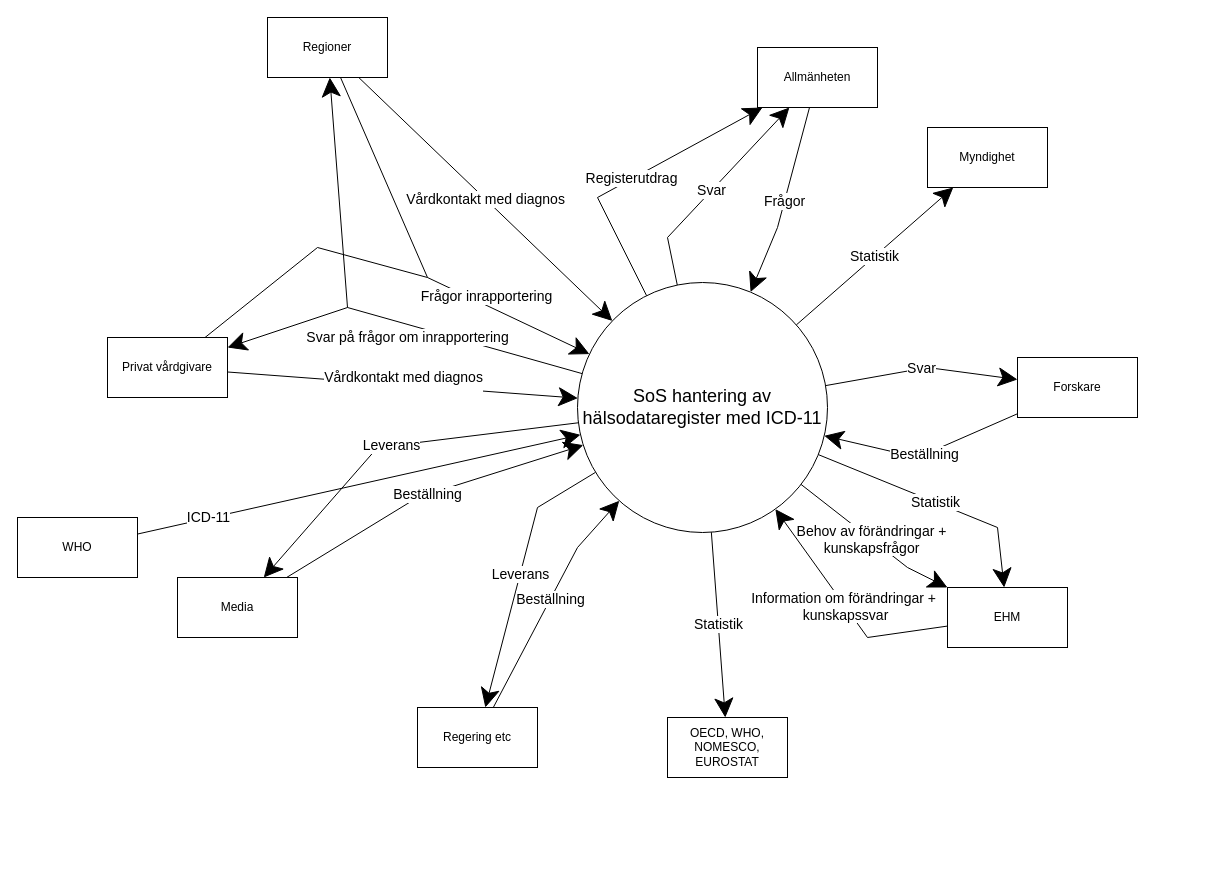
This is page "Kontext" (10 of 12) of Klassmodell ICD11.drawio from bhagqvist-consid/ICD11, a draw.io file, before an edit. Source tidied: cells renumbered, new cells numbered last; positions are measured from the earlier drawing's top-left corner, leaving out a move shared by most shapes. Both pictures are drawn from the tidied source at 100%, with x=0, y=0 at pixel (17, 17).
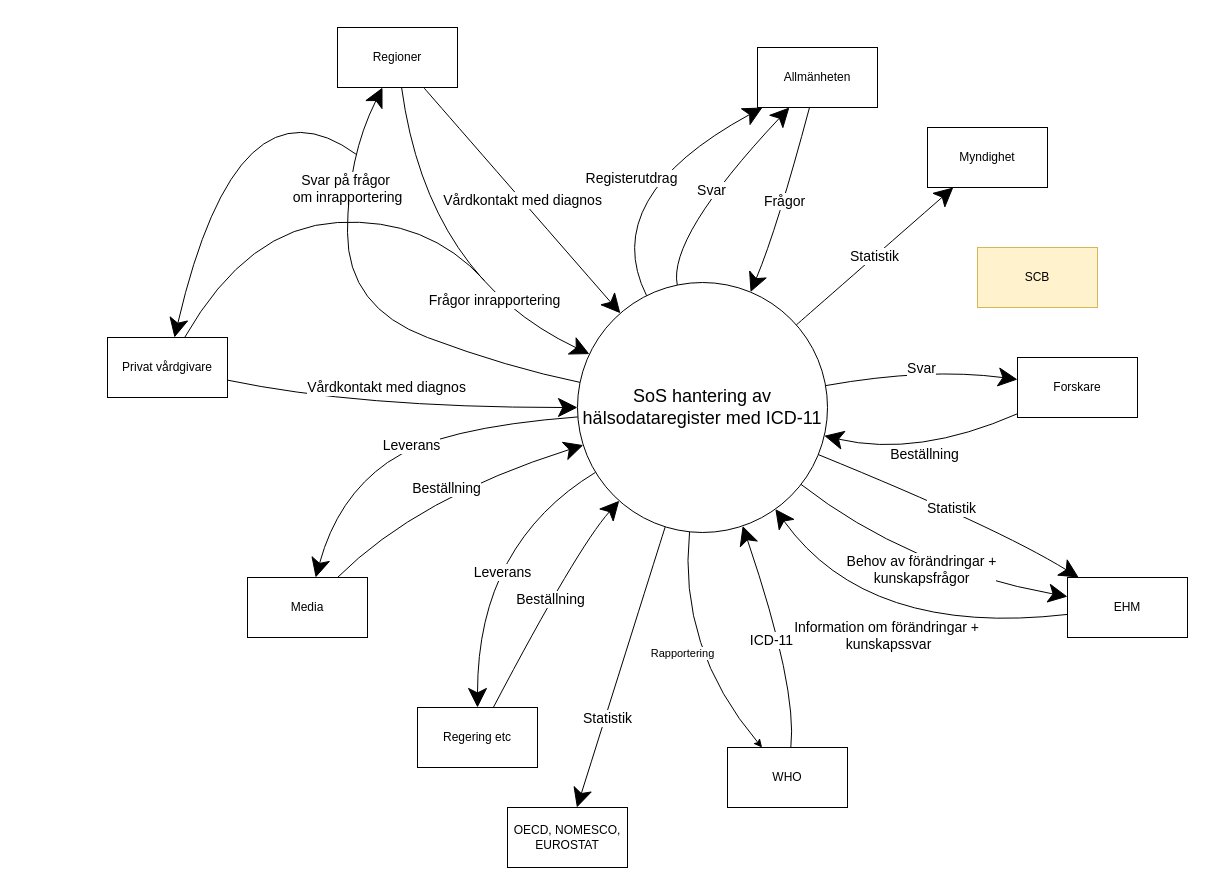
The same diagram, later.

Unchanged cells that the change refers to:
```xml
<mxCell id="11" value="SoS hantering av hälsodataregister med ICD-11" style="ellipse;whiteSpace=wrap;html=1;fontSize=18;" parent="1" vertex="1">
  <mxGeometry x="560" y="265" width="250" height="250" as="geometry" />
</mxCell>
<mxCell id="18" value="Regering etc" style="rounded=0;whiteSpace=wrap;html=1;" parent="1" vertex="1">
  <mxGeometry x="400" y="690" width="120" height="60" as="geometry" />
</mxCell>
<mxCell id="20" value="Privat vårdgivare" style="rounded=0;whiteSpace=wrap;html=1;" parent="1" vertex="1">
  <mxGeometry x="90" y="320" width="120" height="60" as="geometry" />
</mxCell>
<mxCell id="23" value="Forskare" style="rounded=0;whiteSpace=wrap;html=1;" parent="1" vertex="1">
  <mxGeometry x="1000" y="340" width="120" height="60" as="geometry" />
</mxCell>
<mxCell id="24" value="Myndighet" style="rounded=0;whiteSpace=wrap;html=1;" parent="1" vertex="1">
  <mxGeometry x="910" y="110" width="120" height="60" as="geometry" />
</mxCell>
<mxCell id="26" value="Allmänheten" style="rounded=0;whiteSpace=wrap;html=1;" parent="1" vertex="1">
  <mxGeometry x="740" y="30" width="120" height="60" as="geometry" />
</mxCell>
```

The edit, as a diff of the source:
```diff
@@
-    <mxCell id="2" value="Statistik" style="edgeStyle=none;shape=connector;rounded=0;jettySize=auto;html=1;strokeColor=default;align=center;verticalAlign=middle;fontFamily=Helvetica;fontSize=14;fontColor=default;labelBackgroundColor=default;endArrow=classic;endSize=17;" parent="1" edge="1" source="11" target="24">
+    <mxCell id="2" value="Statistik" style="edgeStyle=none;shape=connector;rounded=0;jettySize=auto;html=1;strokeColor=default;align=center;verticalAlign=middle;fontFamily=Helvetica;fontSize=14;fontColor=default;labelBackgroundColor=default;endArrow=classic;endSize=17;curved=1;" parent="1" edge="1" source="11" target="24">
       <mxGeometry relative="1" as="geometry" />
     </mxCell>
-    <mxCell id="3" value="Statistik" style="edgeStyle=none;shape=connector;rounded=0;jettySize=auto;html=1;strokeColor=default;align=center;verticalAlign=middle;fontFamily=Helvetica;fontSize=14;fontColor=default;labelBackgroundColor=default;endArrow=classic;endSize=17;" parent="1" edge="1" source="11" target="21">
-      <mxGeometry relative="1" as="geometry" />
+    <mxCell id="3" value="&lt;span style=&quot;&quot;&gt;Statistik&lt;/span&gt;" style="edgeStyle=none;shape=connector;rounded=0;jettySize=auto;html=1;strokeColor=default;align=center;verticalAlign=middle;fontFamily=Helvetica;fontSize=14;fontColor=default;labelBackgroundColor=default;endArrow=classic;endSize=17;curved=1;" parent="1" edge="1" source="11" target="21">
+      <mxGeometry x="0.35" y="2" relative="1" as="geometry">
+        <mxPoint y="1" as="offset" />
+      </mxGeometry>
     </mxCell>
-    <mxCell id="4" value="Svar" style="edgeStyle=none;shape=connector;rounded=0;jettySize=auto;html=1;strokeColor=default;align=center;verticalAlign=middle;fontFamily=Helvetica;fontSize=14;fontColor=default;labelBackgroundColor=default;endArrow=classic;endSize=17;" parent="1" edge="1" source="11" target="23">
+    <mxCell id="4" value="Svar" style="edgeStyle=none;shape=connector;rounded=0;jettySize=auto;html=1;strokeColor=default;align=center;verticalAlign=middle;fontFamily=Helvetica;fontSize=14;fontColor=default;labelBackgroundColor=default;endArrow=classic;endSize=17;curved=1;" parent="1" edge="1" source="11" target="23">
       <mxGeometry relative="1" as="geometry">
         <Array as="points">
           <mxPoint x="910" y="350" />
         </Array>
       </mxGeometry>
     </mxCell>
-    <mxCell id="5" value="Leverans" style="edgeStyle=none;shape=connector;rounded=0;jettySize=auto;html=1;strokeColor=default;align=center;verticalAlign=middle;fontFamily=Helvetica;fontSize=14;fontColor=default;labelBackgroundColor=default;endArrow=classic;endSize=17;" parent="1" edge="1" source="11" target="18">
+    <mxCell id="5" value="Leverans" style="edgeStyle=none;shape=connector;rounded=0;jettySize=auto;html=1;strokeColor=default;align=center;verticalAlign=middle;fontFamily=Helvetica;fontSize=14;fontColor=default;labelBackgroundColor=default;endArrow=classic;endSize=17;curved=1;" parent="1" edge="1" source="11" target="18">
       <mxGeometry relative="1" as="geometry">
         <Array as="points">
           <mxPoint x="520" y="490" />
+          <mxPoint x="460" y="600" />
         </Array>
       </mxGeometry>
     </mxCell>
-    <mxCell id="6" value="Leverans" style="edgeStyle=none;shape=connector;rounded=0;jettySize=auto;html=1;strokeColor=default;align=center;verticalAlign=middle;fontFamily=Helvetica;fontSize=14;fontColor=default;labelBackgroundColor=default;endArrow=classic;endSize=17;" parent="1" edge="1" source="11" target="16">
+    <mxCell id="6" value="Leverans" style="edgeStyle=none;shape=connector;rounded=0;jettySize=auto;html=1;strokeColor=default;align=center;verticalAlign=middle;fontFamily=Helvetica;fontSize=14;fontColor=default;labelBackgroundColor=default;endArrow=classic;endSize=17;curved=1;" parent="1" edge="1" source="11" target="16">
       <mxGeometry relative="1" as="geometry">
         <Array as="points">
-          <mxPoint x="360" y="430" />
+          <mxPoint x="420" y="410" />
+          <mxPoint x="320" y="480" />
         </Array>
       </mxGeometry>
     </mxCell>
-    <mxCell id="7" value="Svar" style="edgeStyle=none;shape=connector;rounded=0;jettySize=auto;html=1;strokeColor=default;align=center;verticalAlign=middle;fontFamily=Helvetica;fontSize=14;fontColor=default;labelBackgroundColor=default;endArrow=classic;endSize=17;" parent="1" edge="1" source="11" target="26">
+    <mxCell id="7" value="Svar" style="edgeStyle=none;shape=connector;rounded=0;jettySize=auto;html=1;strokeColor=default;align=center;verticalAlign=middle;fontFamily=Helvetica;fontSize=14;fontColor=default;labelBackgroundColor=default;endArrow=classic;endSize=17;curved=1;" parent="1" edge="1" source="11" target="26">
       <mxGeometry relative="1" as="geometry">
         <Array as="points">
           <mxPoint x="650" y="220" />
         </Array>
       </mxGeometry>
     </mxCell>
-    <mxCell id="8" value="Registerutdrag" style="edgeStyle=none;shape=connector;rounded=0;jettySize=auto;html=1;strokeColor=default;align=center;verticalAlign=middle;fontFamily=Helvetica;fontSize=14;fontColor=default;labelBackgroundColor=default;endArrow=classic;endSize=17;" parent="1" edge="1" source="11" target="26">
+    <mxCell id="8" value="Registerutdrag" style="edgeStyle=none;shape=connector;rounded=0;jettySize=auto;html=1;strokeColor=default;align=center;verticalAlign=middle;fontFamily=Helvetica;fontSize=14;fontColor=default;labelBackgroundColor=default;endArrow=classic;endSize=17;curved=1;" parent="1" edge="1" source="11" target="26">
       <mxGeometry relative="1" as="geometry">
         <Array as="points">
           <mxPoint x="580" y="180" />
         </Array>
       </mxGeometry>
     </mxCell>
-    <mxCell id="9" value="Svar på frågor om&amp;nbsp;&lt;span style=&quot;background-color: light-dark(#ffffff, var(--ge-dark-color, #121212)); color: light-dark(rgb(0, 0, 0), rgb(255, 255, 255));&quot;&gt;inrapportering&lt;/span&gt;" style="edgeStyle=none;shape=connector;rounded=0;jettySize=auto;html=1;strokeColor=default;align=center;verticalAlign=middle;fontFamily=Helvetica;fontSize=14;fontColor=default;labelBackgroundColor=default;endArrow=classic;endSize=17;" parent="1" edge="1" source="11" target="14">
-      <mxGeometry x="-0.25" y="13" relative="1" as="geometry">
+    <mxCell id="9" value="Svar på frågor&amp;nbsp;&lt;div&gt;om&amp;nbsp;&lt;span style=&quot;background-color: light-dark(#ffffff, var(--ge-dark-color, #121212)); color: light-dark(rgb(0, 0, 0), rgb(255, 255, 255));&quot;&gt;inrapportering&lt;/span&gt;&lt;/div&gt;" style="edgeStyle=none;shape=connector;rounded=0;jettySize=auto;html=1;strokeColor=default;align=center;verticalAlign=middle;fontFamily=Helvetica;fontSize=14;fontColor=default;labelBackgroundColor=default;endArrow=classic;endSize=17;curved=1;" parent="1" edge="1" source="11" target="14">
+      <mxGeometry x="0.54" relative="1" as="geometry">
         <Array as="points">
+          <mxPoint x="490" y="350" />
           <mxPoint x="330" y="290" />
+          <mxPoint x="330" y="140" />
         </Array>
       </mxGeometry>
     </mxCell>
-    <mxCell id="10" value="Behov av förändringar +&lt;div&gt;kunskapsfrågor&lt;/div&gt;" style="edgeStyle=none;shape=connector;rounded=0;jettySize=auto;html=1;strokeColor=default;align=center;verticalAlign=middle;fontFamily=Helvetica;fontSize=14;fontColor=default;labelBackgroundColor=default;endArrow=classic;endSize=17;" parent="1" edge="1" source="11" target="30">
+    <mxCell id="10" value="Behov av förändringar +&lt;div&gt;kunskapsfrågor&lt;/div&gt;" style="edgeStyle=none;shape=connector;rounded=0;jettySize=auto;html=1;strokeColor=default;align=center;verticalAlign=middle;fontFamily=Helvetica;fontSize=14;fontColor=default;labelBackgroundColor=default;endArrow=classic;endSize=17;curved=1;" parent="1" edge="1" source="11" target="30">
       <mxGeometry relative="1" as="geometry">
         <Array as="points">
           <mxPoint x="890" y="550" />
         </Array>
       </mxGeometry>
     </mxCell>
+    <mxCell id="34" value="Rapportering" style="rounded=0;jettySize=auto;html=1;curved=1;" parent="1" edge="1" source="11" target="32">
+      <mxGeometry relative="1" as="geometry">
+        <Array as="points">
+          <mxPoint x="660" y="630" />
+        </Array>
+      </mxGeometry>
+    </mxCell>
@@
-    <mxCell id="12" value="Vårdkontakt med diagnos" style="edgeStyle=none;shape=connector;rounded=0;jettySize=auto;html=1;strokeColor=default;align=center;verticalAlign=middle;fontFamily=Helvetica;fontSize=14;fontColor=default;labelBackgroundColor=default;endArrow=classic;endSize=17;" parent="1" edge="1" source="14" target="11">
+    <mxCell id="12" value="Vårdkontakt med diagnos" style="edgeStyle=none;shape=connector;rounded=0;jettySize=auto;html=1;strokeColor=default;align=center;verticalAlign=middle;fontFamily=Helvetica;fontSize=14;fontColor=default;labelBackgroundColor=default;endArrow=classic;endSize=17;curved=1;" parent="1" edge="1" source="14" target="11">
       <mxGeometry relative="1" as="geometry" />
     </mxCell>
-    <mxCell id="13" value="Frågor&amp;nbsp;&lt;span style=&quot;background-color: light-dark(#ffffff, var(--ge-dark-color, #121212)); color: light-dark(rgb(0, 0, 0), rgb(255, 255, 255));&quot;&gt;inrapportering&lt;/span&gt;" style="edgeStyle=none;shape=connector;rounded=0;jettySize=auto;html=1;strokeColor=default;align=center;verticalAlign=middle;fontFamily=Helvetica;fontSize=14;fontColor=default;labelBackgroundColor=default;endArrow=classic;endSize=17;" parent="1" edge="1" source="14" target="11">
+    <mxCell id="13" value="Frågor&amp;nbsp;&lt;span style=&quot;background-color: light-dark(#ffffff, var(--ge-dark-color, #121212)); color: light-dark(rgb(0, 0, 0), rgb(255, 255, 255));&quot;&gt;inrapportering&lt;/span&gt;" style="edgeStyle=none;shape=connector;rounded=0;jettySize=auto;html=1;strokeColor=default;align=center;verticalAlign=middle;fontFamily=Helvetica;fontSize=14;fontColor=default;labelBackgroundColor=default;endArrow=classic;endSize=17;curved=1;" parent="1" edge="1" source="14" target="11">
       <mxGeometry x="0.41" y="8" relative="1" as="geometry">
         <Array as="points">
           <mxPoint x="410" y="260" />
         </Array>
       </mxGeometry>
     </mxCell>
     <mxCell id="14" value="Regioner" style="rounded=0;whiteSpace=wrap;html=1;" parent="1" vertex="1">
-      <mxGeometry x="250" width="120" height="60" as="geometry" />
+      <mxGeometry x="320" y="10" width="120" height="60" as="geometry" />
     </mxCell>
-    <mxCell id="15" value="Beställning" style="edgeStyle=none;shape=connector;rounded=0;jettySize=auto;html=1;strokeColor=default;align=center;verticalAlign=middle;fontFamily=Helvetica;fontSize=14;fontColor=default;labelBackgroundColor=default;endArrow=classic;endSize=17;" parent="1" edge="1" source="16" target="11">
+    <mxCell id="15" value="Beställning" style="edgeStyle=none;shape=connector;rounded=0;jettySize=auto;html=1;strokeColor=default;align=center;verticalAlign=middle;fontFamily=Helvetica;fontSize=14;fontColor=default;labelBackgroundColor=default;endArrow=classic;endSize=17;curved=1;" parent="1" edge="1" source="16" target="11">
       <mxGeometry relative="1" as="geometry">
         <Array as="points">
           <mxPoint x="400" y="480" />
         </Array>
       </mxGeometry>
     </mxCell>
     <mxCell id="16" value="Media" style="rounded=0;whiteSpace=wrap;html=1;" parent="1" vertex="1">
-      <mxGeometry x="160" y="560" width="120" height="60" as="geometry" />
+      <mxGeometry x="230" y="560" width="120" height="60" as="geometry" />
     </mxCell>
-    <mxCell id="17" value="Beställning" style="edgeStyle=none;shape=connector;rounded=0;jettySize=auto;html=1;strokeColor=default;align=center;verticalAlign=middle;fontFamily=Helvetica;fontSize=14;fontColor=default;labelBackgroundColor=default;endArrow=classic;endSize=17;" parent="1" edge="1" source="18" target="11">
+    <mxCell id="17" value="Beställning" style="edgeStyle=none;shape=connector;rounded=0;jettySize=auto;html=1;strokeColor=default;align=center;verticalAlign=middle;fontFamily=Helvetica;fontSize=14;fontColor=default;labelBackgroundColor=default;endArrow=classic;endSize=17;curved=1;" parent="1" edge="1" source="18" target="11">
       <mxGeometry relative="1" as="geometry">
         <Array as="points">
           <mxPoint x="560" y="530" />
         </Array>
       </mxGeometry>
     </mxCell>
@@
-    <mxCell id="19" value="&#10;&lt;span style=&quot;color: rgb(0, 0, 0); font-family: Helvetica; font-size: 14px; font-style: normal; font-variant-ligatures: normal; font-variant-caps: normal; font-weight: 400; letter-spacing: normal; orphans: 2; text-align: center; text-indent: 0px; text-transform: none; widows: 2; word-spacing: 0px; -webkit-text-stroke-width: 0px; white-space: nowrap; background-color: rgb(255, 255, 255); text-decoration-thickness: initial; text-decoration-style: initial; text-decoration-color: initial; display: inline !important; float: none;&quot;&gt;Vårdkontakt med diagnos&lt;/span&gt;&#10;&#10;" style="edgeStyle=none;shape=connector;rounded=0;jettySize=auto;html=1;strokeColor=default;align=center;verticalAlign=middle;fontFamily=Helvetica;fontSize=14;fontColor=default;labelBackgroundColor=default;endArrow=classic;endSize=17;" parent="1" edge="1" source="20" target="11">
-      <mxGeometry relative="1" as="geometry" />
+    <mxCell id="19" value="&lt;span style=&quot;color: rgb(0, 0, 0); font-family: Helvetica; font-size: 14px; font-style: normal; font-variant-ligatures: normal; font-variant-caps: normal; font-weight: 400; letter-spacing: normal; orphans: 2; text-align: center; text-indent: 0px; text-transform: none; widows: 2; word-spacing: 0px; -webkit-text-stroke-width: 0px; white-space: nowrap; background-color: rgb(255, 255, 255); text-decoration-thickness: initial; text-decoration-style: initial; text-decoration-color: initial; float: none; display: inline !important;&quot;&gt;Vårdkontakt med diagnos&lt;/span&gt;" style="edgeStyle=none;shape=connector;rounded=0;jettySize=auto;html=1;strokeColor=default;align=center;verticalAlign=middle;fontFamily=Helvetica;fontSize=14;fontColor=default;labelBackgroundColor=default;endArrow=classic;endSize=17;curved=1;" parent="1" edge="1" source="20" target="11">
+      <mxGeometry x="-0.08" y="20" relative="1" as="geometry">
+        <Array as="points">
+          <mxPoint x="340" y="390" />
+        </Array>
+      </mxGeometry>
     </mxCell>
@@
-    <mxCell id="21" value="OECD, WHO, NOMESCO, EUROSTAT" style="rounded=0;whiteSpace=wrap;html=1;" parent="1" vertex="1">
-      <mxGeometry x="650" y="700" width="120" height="60" as="geometry" />
+    <mxCell id="21" value="OECD, NOMESCO, EUROSTAT" style="rounded=0;whiteSpace=wrap;html=1;" parent="1" vertex="1">
+      <mxGeometry x="490" y="790" width="120" height="60" as="geometry" />
     </mxCell>
-    <mxCell id="22" value="Beställning" style="edgeStyle=none;shape=connector;rounded=0;jettySize=auto;html=1;strokeColor=default;align=center;verticalAlign=middle;fontFamily=Helvetica;fontSize=14;fontColor=default;labelBackgroundColor=default;endArrow=classic;endSize=17;" parent="1" edge="1" source="23" target="11">
+    <mxCell id="22" value="Beställning" style="edgeStyle=none;shape=connector;rounded=0;jettySize=auto;html=1;strokeColor=default;align=center;verticalAlign=middle;fontFamily=Helvetica;fontSize=14;fontColor=default;labelBackgroundColor=default;endArrow=classic;endSize=17;curved=1;" parent="1" edge="1" source="23" target="11">
       <mxGeometry relative="1" as="geometry">
         <Array as="points">
           <mxPoint x="900" y="440" />
         </Array>
       </mxGeometry>
     </mxCell>
@@
-    <mxCell id="25" value="Frågor" style="edgeStyle=none;shape=connector;rounded=0;jettySize=auto;html=1;strokeColor=default;align=center;verticalAlign=middle;fontFamily=Helvetica;fontSize=14;fontColor=default;labelBackgroundColor=default;endArrow=classic;endSize=17;" parent="1" edge="1" source="26" target="11">
+    <mxCell id="25" value="Frågor" style="edgeStyle=none;shape=connector;rounded=0;jettySize=auto;html=1;strokeColor=default;align=center;verticalAlign=middle;fontFamily=Helvetica;fontSize=14;fontColor=default;labelBackgroundColor=default;endArrow=classic;endSize=17;curved=1;" parent="1" edge="1" source="26" target="11">
       <mxGeometry relative="1" as="geometry">
         <Array as="points">
           <mxPoint x="760" y="210" />
         </Array>
       </mxGeometry>
     </mxCell>
@@
-    <mxCell id="27" style="endArrow=classic;html=1;rounded=0;strokeColor=default;align=center;verticalAlign=middle;fontFamily=Helvetica;fontSize=14;fontColor=default;labelBackgroundColor=default;edgeStyle=none;endSize=17;" parent="1" edge="1" target="20">
+    <mxCell id="27" style="endArrow=classic;html=1;rounded=0;strokeColor=default;align=center;verticalAlign=middle;fontFamily=Helvetica;fontSize=14;fontColor=default;labelBackgroundColor=default;edgeStyle=none;endSize=17;curved=1;" parent="1" edge="1" target="20">
       <mxGeometry relative="1" as="geometry">
-        <mxPoint x="330" y="290" as="sourcePoint" />
+        <mxPoint x="339" y="137" as="sourcePoint" />
+        <Array as="points">
+          <mxPoint x="220" y="50" />
+        </Array>
       </mxGeometry>
     </mxCell>
-    <mxCell id="28" style="endArrow=none;html=1;rounded=0;strokeColor=default;align=center;verticalAlign=middle;fontFamily=Helvetica;fontSize=14;fontColor=default;labelBackgroundColor=default;edgeStyle=none;endSize=17;endFill=0;" parent="1" edge="1" source="20">
+    <mxCell id="28" style="endArrow=none;html=1;rounded=0;strokeColor=default;align=center;verticalAlign=middle;fontFamily=Helvetica;fontSize=14;fontColor=default;labelBackgroundColor=default;edgeStyle=none;endSize=17;endFill=0;curved=1;" parent="1" edge="1" source="20">
       <mxGeometry relative="1" as="geometry">
-        <mxPoint x="410" y="260" as="targetPoint" />
+        <mxPoint x="467" y="263" as="targetPoint" />
         <Array as="points">
-          <mxPoint x="300" y="230" />
+          <mxPoint x="230" y="210" />
+          <mxPoint x="410" y="200" />
         </Array>
       </mxGeometry>
     </mxCell>
-    <mxCell id="29" value="Information om förändringar +&amp;nbsp;&lt;div&gt;kunskapssvar&lt;/div&gt;" style="edgeStyle=none;shape=connector;rounded=0;jettySize=auto;html=1;strokeColor=default;align=center;verticalAlign=middle;fontFamily=Helvetica;fontSize=14;fontColor=default;labelBackgroundColor=default;endArrow=classic;endSize=17;" parent="1" edge="1" source="30" target="11">
+    <mxCell id="29" value="Information om förändringar +&amp;nbsp;&lt;div&gt;kunskapssvar&lt;/div&gt;" style="edgeStyle=none;shape=connector;rounded=0;jettySize=auto;html=1;strokeColor=default;align=center;verticalAlign=middle;fontFamily=Helvetica;fontSize=14;fontColor=default;labelBackgroundColor=default;endArrow=classic;endSize=17;curved=1;" parent="1" edge="1" source="30" target="11">
       <mxGeometry relative="1" as="geometry">
         <Array as="points">
           <mxPoint x="850" y="620" />
         </Array>
       </mxGeometry>
     </mxCell>
     <mxCell id="30" value="EHM" style="rounded=0;whiteSpace=wrap;html=1;" parent="1" vertex="1">
-      <mxGeometry x="930" y="570" width="120" height="60" as="geometry" />
+      <mxGeometry x="1050" y="560" width="120" height="60" as="geometry" />
     </mxCell>
-    <mxCell id="31" value="ICD-11" style="edgeStyle=none;shape=connector;rounded=0;jettySize=auto;html=1;strokeColor=default;align=center;verticalAlign=middle;fontFamily=Helvetica;fontSize=14;fontColor=default;labelBackgroundColor=default;endArrow=classic;endSize=17;" parent="1" edge="1" source="32" target="11">
-      <mxGeometry x="-0.68" y="1" relative="1" as="geometry" />
+    <mxCell id="31" value="ICD-11" style="edgeStyle=none;shape=connector;rounded=0;jettySize=auto;html=1;strokeColor=default;align=center;verticalAlign=middle;fontFamily=Helvetica;fontSize=14;fontColor=default;labelBackgroundColor=default;endArrow=classic;endSize=17;curved=1;" parent="1" edge="1" source="32" target="11">
+      <mxGeometry x="-0.02" y="10" relative="1" as="geometry">
+        <Array as="points">
+          <mxPoint x="780" y="670" />
+        </Array>
+      </mxGeometry>
     </mxCell>
     <mxCell id="32" value="WHO" style="rounded=0;whiteSpace=wrap;html=1;" parent="1" vertex="1">
-      <mxGeometry y="500" width="120" height="60" as="geometry" />
+      <mxGeometry x="710" y="730" width="120" height="60" as="geometry" />
     </mxCell>
-    <mxCell id="33" value="Statistik" style="edgeStyle=none;shape=connector;rounded=0;jettySize=auto;html=1;strokeColor=default;align=center;verticalAlign=middle;fontFamily=Helvetica;fontSize=14;fontColor=default;labelBackgroundColor=default;endArrow=classic;endSize=17;" parent="1" edge="1" source="11" target="30">
+    <mxCell id="33" value="Statistik" style="edgeStyle=none;shape=connector;rounded=0;jettySize=auto;html=1;strokeColor=default;align=center;verticalAlign=middle;fontFamily=Helvetica;fontSize=14;fontColor=default;labelBackgroundColor=default;endArrow=classic;endSize=17;curved=1;" parent="1" edge="1" source="11" target="30">
       <mxGeometry relative="1" as="geometry">
         <Array as="points">
           <mxPoint x="980" y="510" />
         </Array>
       </mxGeometry>
     </mxCell>
+    <mxCell id="35" value="SCB" style="rounded=0;whiteSpace=wrap;html=1;fillColor=#fff2cc;strokeColor=#d6b656;" parent="1" vertex="1">
+      <mxGeometry x="960" y="230" width="120" height="60" as="geometry" />
+    </mxCell>
```
